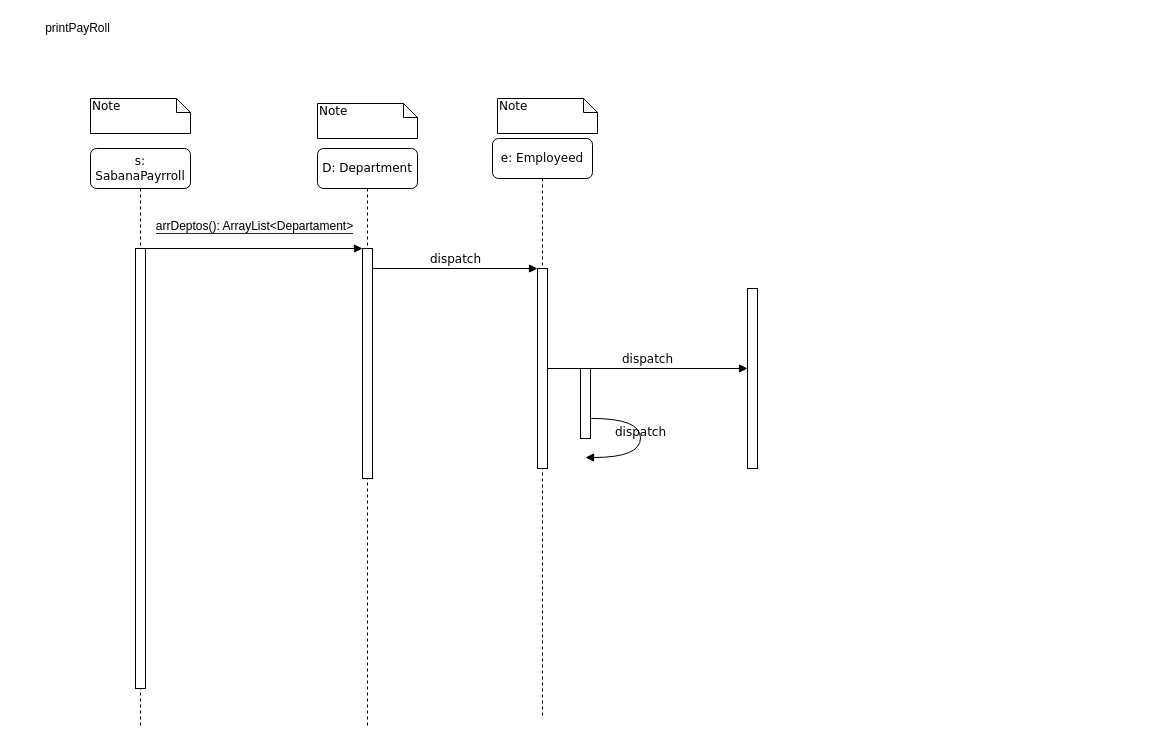
Above: LAB-INHERITANCE/LAB-INHERITANCE/LAB-INHERITANCE-1.2.0/diagrams/diagramasecuencia.drawio in Luk117/ARRIETA-CHACON-NIETO-SABANA-POOB-2021-1-LAB-INHERITANCE (draw.io), before the change. Source tidied: cells renumbered, new cells numbered last; positions are measured from the earlier drawing's top-left corner, leaving out a move shared by most shapes. Both pictures are drawn from the tidied source at 100%, with x=0, y=0 at pixel (37, 18).
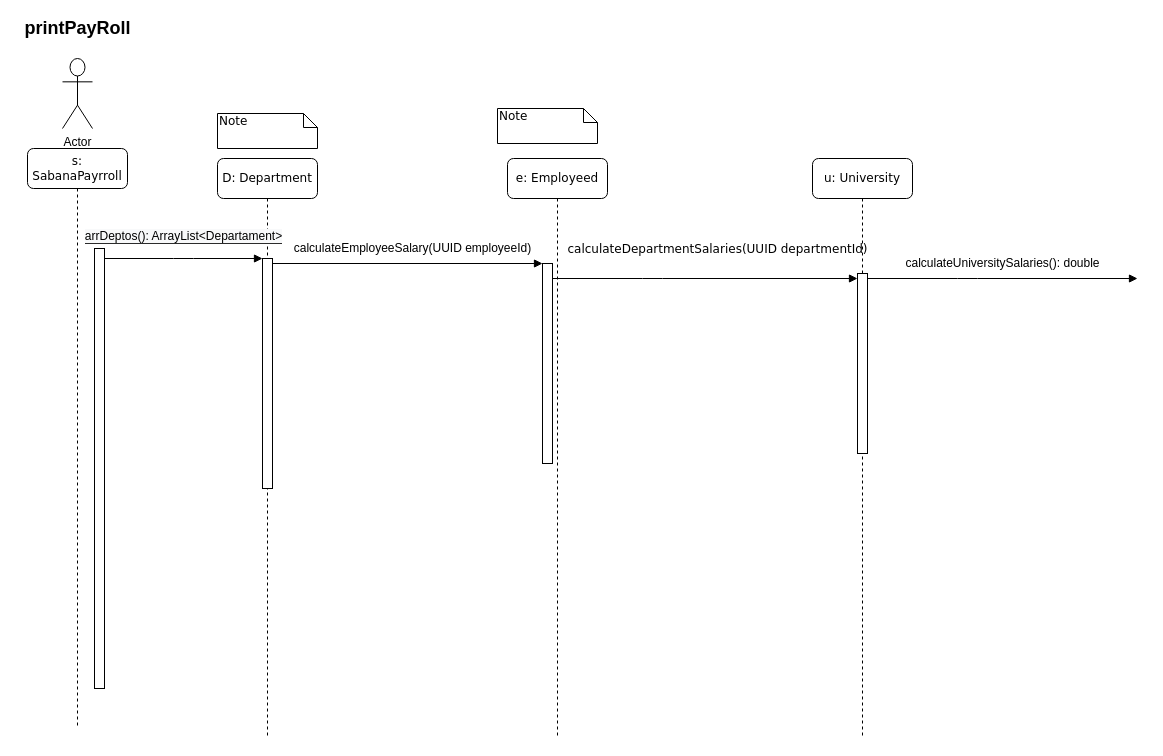
The same diagram, later.

The change refers to these unchanged cells:
```xml
<mxCell id="3" style="html=1;points=[];perimeter=orthogonalPerimeter;rounded=0;shadow=0;comic=0;labelBackgroundColor=none;strokeWidth=1;fontFamily=Verdana;fontSize=12;align=center;" parent="2" vertex="1">
  <mxGeometry x="45" y="100" width="10" height="230" as="geometry" />
</mxCell>
```

What changed in the source:
```diff
@@
-    <mxCell id="2" value="D: Department" style="shape=umlLifeline;perimeter=lifelinePerimeter;whiteSpace=wrap;html=1;rounded=1;shadow=0;comic=0;labelBackgroundColor=none;strokeWidth=1;fontFamily=Verdana;fontSize=12;align=center;" parent="1" vertex="1">
-      <mxGeometry x="280" y="130" width="100" height="580" as="geometry" />
+    <mxCell id="2" value="D: Department" style="shape=umlLifeline;perimeter=lifelinePerimeter;whiteSpace=wrap;html=1;rounded=1;shadow=0;comic=0;labelBackgroundColor=none;strokeWidth=1;fontFamily=Verdana;fontSize=12;align=center;size=40;" parent="1" vertex="1">
+      <mxGeometry x="180" y="140" width="100" height="580" as="geometry" />
     </mxCell>
@@
-    <mxCell id="4" value="e: Employeed" style="shape=umlLifeline;perimeter=lifelinePerimeter;whiteSpace=wrap;html=1;rounded=1;shadow=0;comic=0;labelBackgroundColor=none;strokeWidth=1;fontFamily=Verdana;fontSize=12;align=center;" parent="1" vertex="1">
-      <mxGeometry x="455" y="120" width="100" height="580" as="geometry" />
+    <mxCell id="4" value="u: University" style="shape=umlLifeline;perimeter=lifelinePerimeter;whiteSpace=wrap;html=1;rounded=1;shadow=0;comic=0;labelBackgroundColor=none;strokeWidth=1;fontFamily=Verdana;fontSize=12;align=center;" parent="1" vertex="1">
+      <mxGeometry x="775" y="140" width="100" height="580" as="geometry" />
     </mxCell>
     <mxCell id="5" value="s: SabanaPayrroll" style="shape=umlLifeline;perimeter=lifelinePerimeter;whiteSpace=wrap;html=1;rounded=1;shadow=0;comic=0;labelBackgroundColor=none;strokeWidth=1;fontFamily=Verdana;fontSize=12;align=center;" parent="1" vertex="1">
-      <mxGeometry x="53" y="130" width="100" height="580" as="geometry" />
+      <mxGeometry x="-10" y="130" width="100" height="580" as="geometry" />
     </mxCell>
     <mxCell id="6" style="html=1;points=[];perimeter=orthogonalPerimeter;rounded=0;shadow=0;comic=0;labelBackgroundColor=none;strokeWidth=1;fontFamily=Verdana;fontSize=12;align=center;" parent="5" vertex="1">
-      <mxGeometry x="45" y="100" width="10" height="440" as="geometry" />
+      <mxGeometry x="67" y="100" width="10" height="440" as="geometry" />
     </mxCell>
     <mxCell id="7" style="html=1;points=[];perimeter=orthogonalPerimeter;rounded=0;shadow=0;comic=0;labelBackgroundColor=none;strokeWidth=1;fontFamily=Verdana;fontSize=12;align=center;" parent="1" vertex="1">
-      <mxGeometry x="710" y="270" width="10" height="180" as="geometry" />
+      <mxGeometry x="820" y="255" width="10" height="180" as="geometry" />
     </mxCell>
-    <mxCell id="8" value="dispatch" style="html=1;verticalAlign=bottom;endArrow=block;labelBackgroundColor=none;fontFamily=Verdana;fontSize=12;edgeStyle=elbowEdgeStyle;elbow=vertical;" parent="1" edge="1" source="17" target="7">
-      <mxGeometry relative="1" as="geometry">
+    <mxCell id="8" value="calculateDepartmentSalaries(UUID departmentId)" style="html=1;verticalAlign=bottom;endArrow=block;labelBackgroundColor=none;fontFamily=Verdana;fontSize=12;edgeStyle=elbowEdgeStyle;elbow=vertical;" parent="1" edge="1" source="17" target="7">
+      <mxGeometry x="0.08" y="20" relative="1" as="geometry">
         <Array as="points">
-          <mxPoint x="510" y="270" />
+          <mxPoint x="615" y="260" />
         </Array>
       </mxGeometry>
     </mxCell>
@@
-    <mxCell id="10" value="dispatch" style="html=1;verticalAlign=bottom;endArrow=block;entryX=0;entryY=0;labelBackgroundColor=none;fontFamily=Verdana;fontSize=12;edgeStyle=elbowEdgeStyle;elbow=vertical;" parent="1" edge="1" source="3" target="17">
+    <mxCell id="10" style="html=1;verticalAlign=bottom;endArrow=block;entryX=0;entryY=0;labelBackgroundColor=none;fontFamily=Verdana;fontSize=12;edgeStyle=elbowEdgeStyle;elbow=vertical;" parent="1" edge="1" source="3" target="17">
       <mxGeometry relative="1" as="geometry" />
     </mxCell>
-    <mxCell id="11" style="html=1;points=[];perimeter=orthogonalPerimeter;rounded=0;shadow=0;comic=0;labelBackgroundColor=none;strokeWidth=1;fontFamily=Verdana;fontSize=12;align=center;" parent="1" vertex="1">
-      <mxGeometry x="543" y="350" width="10" height="70" as="geometry" />
-    </mxCell>
-    <mxCell id="12" value="dispatch" style="html=1;verticalAlign=bottom;endArrow=block;labelBackgroundColor=none;fontFamily=Verdana;fontSize=12;elbow=vertical;edgeStyle=orthogonalEdgeStyle;curved=1;exitX=1.066;exitY=0.713;exitPerimeter=0;" parent="1" edge="1" source="11">
-      <mxGeometry relative="1" as="geometry">
-        <mxPoint x="548" y="439" as="targetPoint" />
-        <Array as="points">
-          <mxPoint x="603" y="400" />
-          <mxPoint x="603" y="439" />
-        </Array>
-      </mxGeometry>
-    </mxCell>
-    <mxCell id="13" value="Note" style="shape=note;whiteSpace=wrap;html=1;size=14;verticalAlign=top;align=left;spacingTop=-6;rounded=0;shadow=0;comic=0;labelBackgroundColor=none;strokeWidth=1;fontFamily=Verdana;fontSize=12;" parent="1" vertex="1">
-      <mxGeometry x="53" y="80" width="100" height="35" as="geometry" />
-    </mxCell>
     <mxCell id="14" value="Note" style="shape=note;whiteSpace=wrap;html=1;size=14;verticalAlign=top;align=left;spacingTop=-6;rounded=0;shadow=0;comic=0;labelBackgroundColor=none;strokeWidth=1;fontFamily=Verdana;fontSize=12;" parent="1" vertex="1">
-      <mxGeometry x="280" y="85" width="100" height="35" as="geometry" />
+      <mxGeometry x="180" y="95" width="100" height="35" as="geometry" />
     </mxCell>
     <mxCell id="15" value="Note" style="shape=note;whiteSpace=wrap;html=1;size=14;verticalAlign=top;align=left;spacingTop=-6;rounded=0;shadow=0;comic=0;labelBackgroundColor=none;strokeWidth=1;fontFamily=Verdana;fontSize=12;" parent="1" vertex="1">
-      <mxGeometry x="460" y="80" width="100" height="35" as="geometry" />
+      <mxGeometry x="460" y="90" width="100" height="35" as="geometry" />
     </mxCell>
-    <mxCell id="16" value="printPayRoll" style="text;html=1;align=center;verticalAlign=middle;" parent="1" vertex="1">
-      <mxGeometry width="80" height="20" as="geometry" />
+    <mxCell id="16" value="&lt;font style=&quot;vertical-align: inherit ; font-size: 18px&quot;&gt;&lt;b&gt;printPayRoll&lt;/b&gt;&lt;/font&gt;" style="text;html=1;align=center;verticalAlign=middle;" parent="1" vertex="1">
+      <mxGeometry x="-20" width="120" height="20" as="geometry" />
     </mxCell>
+    <mxCell id="18" value="calculateEmployeeSalary(UUID employeeId)" style="text;html=1;align=center;verticalAlign=middle;" parent="1" vertex="1">
+      <mxGeometry x="250" y="220" width="250" height="20" as="geometry" />
+    </mxCell>
+    <mxCell id="19" value="Actor" style="shape=umlActor;verticalLabelPosition=bottom;verticalAlign=top;html=1;" parent="1" vertex="1">
+      <mxGeometry x="25" y="40" width="30" height="70" as="geometry" />
+    </mxCell>
     <mxCell id="17" style="html=1;points=[];perimeter=orthogonalPerimeter;rounded=0;shadow=0;comic=0;labelBackgroundColor=none;strokeWidth=1;fontFamily=Verdana;fontSize=12;align=center;" parent="1" vertex="1">
-      <mxGeometry x="500" y="250" width="10" height="200" as="geometry" />
+      <mxGeometry x="505" y="245" width="10" height="200" as="geometry" />
     </mxCell>
+    <mxCell id="20" value="e: Employeed" style="shape=umlLifeline;perimeter=lifelinePerimeter;whiteSpace=wrap;html=1;rounded=1;shadow=0;comic=0;labelBackgroundColor=none;strokeWidth=1;fontFamily=Verdana;fontSize=12;align=center;" parent="1" vertex="1">
+      <mxGeometry x="470" y="140" width="100" height="580" as="geometry" />
+    </mxCell>
+    <mxCell id="21" style="html=1;verticalAlign=bottom;endArrow=block;labelBackgroundColor=none;fontFamily=Verdana;fontSize=12;edgeStyle=elbowEdgeStyle;elbow=vertical;" parent="1" edge="1">
+      <mxGeometry x="0.08" y="20" relative="1" as="geometry">
+        <mxPoint x="830" y="260" as="sourcePoint" />
+        <mxPoint x="1100" y="260" as="targetPoint" />
+        <Array as="points">
+          <mxPoint x="930" y="260" />
+        </Array>
+      </mxGeometry>
+    </mxCell>
+    <mxCell id="22" value="calculateUniversitySalaries(): double" style="text;html=1;align=center;verticalAlign=middle;" parent="1" vertex="1">
+      <mxGeometry x="860" y="235" width="210" height="20" as="geometry" />
+    </mxCell>
```
